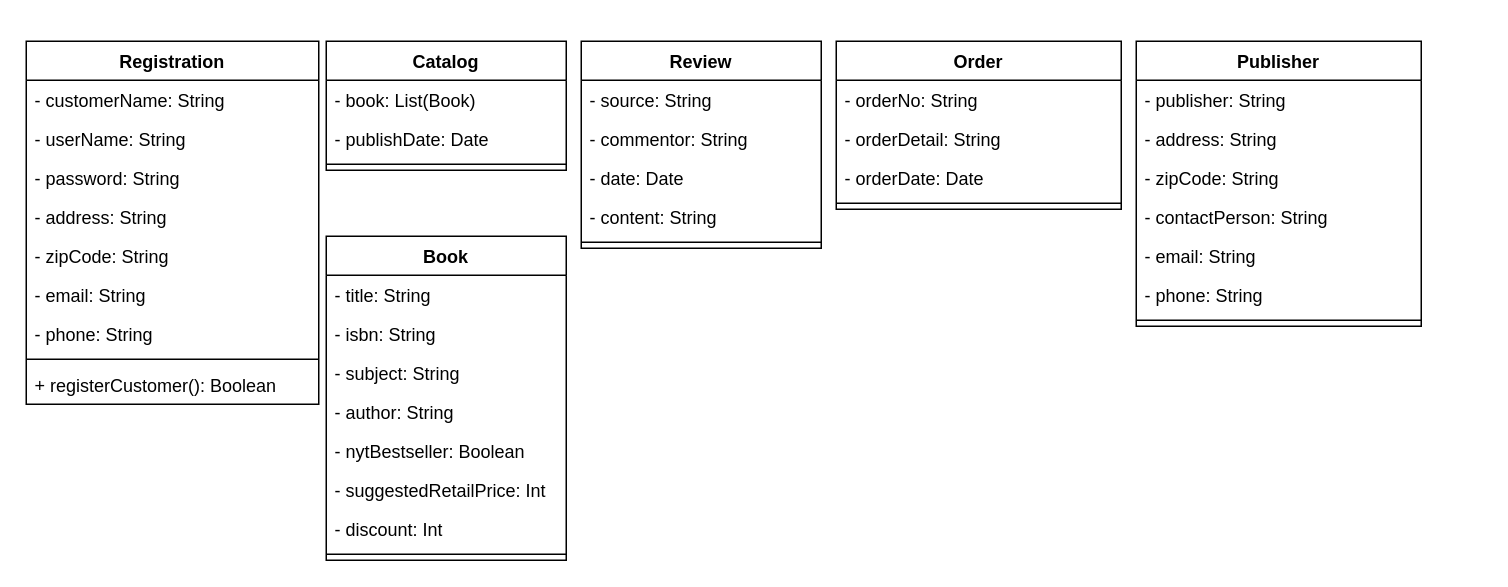
The draw.io diagram Project_Class.drawio in LarryChenCode/IS7020_diagrams, before the edit. Source tidied: cells renumbered, new cells numbered last; positions are measured from the earlier drawing's top-left corner, leaving out a move shared by most shapes. Both pictures are drawn from the tidied source at 150%, with x=0, y=0 at pixel (26, 40).
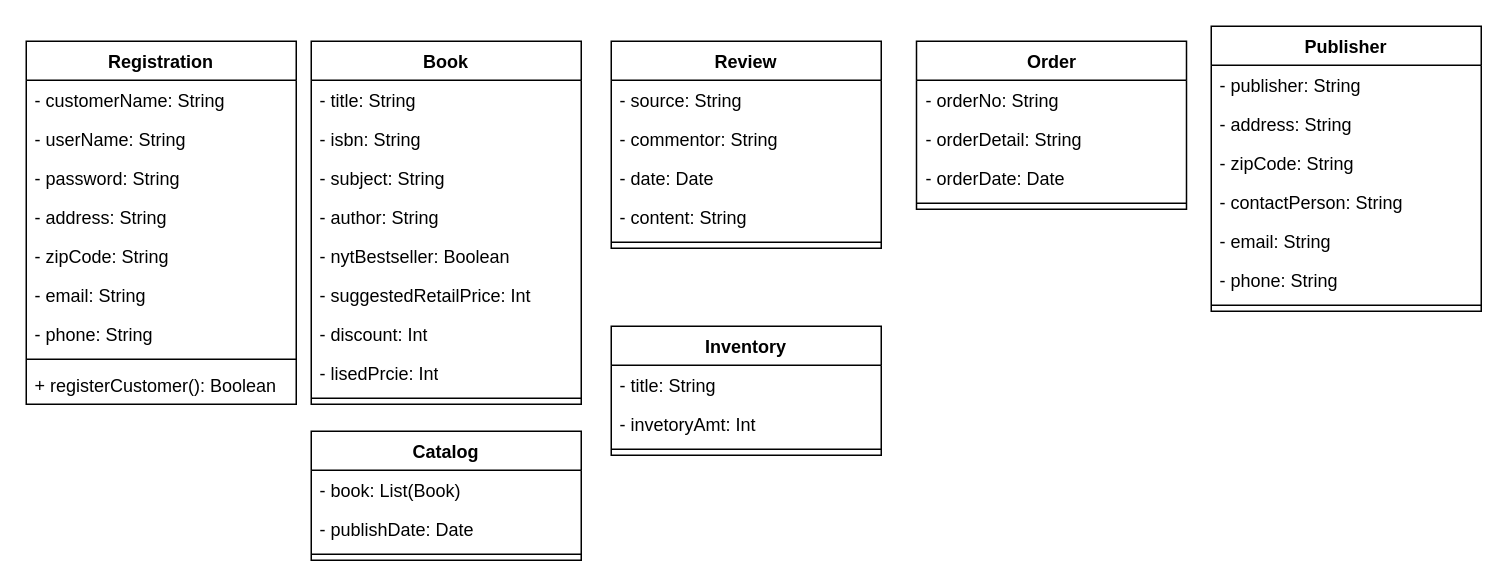
After the change.

The edit, as a diff of the source:
```diff
@@
     <mxCell id="2" value="Book" style="swimlane;fontStyle=1;align=center;verticalAlign=top;horizontal=1;startSize=26;whiteSpace=wrap;html=1;" parent="1" vertex="1">
-      <mxGeometry x="200" y="130" width="160" height="216" as="geometry" />
+      <mxGeometry x="190" width="180" height="242" as="geometry" />
     </mxCell>
     <mxCell id="3" value="- title: String" style="text;strokeColor=none;fillColor=none;align=left;verticalAlign=top;spacingLeft=4;spacingRight=4;overflow=hidden;whiteSpace=wrap;html=1;" parent="2" vertex="1">
-      <mxGeometry y="26" width="160" height="26" as="geometry" />
+      <mxGeometry y="26" width="180" height="26" as="geometry" />
     </mxCell>
     <mxCell id="4" value="- isbn: String" style="text;strokeColor=none;fillColor=none;align=left;verticalAlign=top;spacingLeft=4;spacingRight=4;overflow=hidden;whiteSpace=wrap;html=1;" parent="2" vertex="1">
-      <mxGeometry y="52" width="160" height="26" as="geometry" />
+      <mxGeometry y="52" width="180" height="26" as="geometry" />
     </mxCell>
     <mxCell id="5" value="- subject: String" style="text;strokeColor=none;fillColor=none;align=left;verticalAlign=top;spacingLeft=4;spacingRight=4;overflow=hidden;whiteSpace=wrap;html=1;" parent="2" vertex="1">
-      <mxGeometry y="78" width="160" height="26" as="geometry" />
+      <mxGeometry y="78" width="180" height="26" as="geometry" />
     </mxCell>
     <mxCell id="6" value="- author: String" style="text;strokeColor=none;fillColor=none;align=left;verticalAlign=top;spacingLeft=4;spacingRight=4;overflow=hidden;whiteSpace=wrap;html=1;" parent="2" vertex="1">
-      <mxGeometry y="104" width="160" height="26" as="geometry" />
+      <mxGeometry y="104" width="180" height="26" as="geometry" />
     </mxCell>
     <mxCell id="7" value="- nytBestseller: Boolean" style="text;strokeColor=none;fillColor=none;align=left;verticalAlign=top;spacingLeft=4;spacingRight=4;overflow=hidden;whiteSpace=wrap;html=1;" parent="2" vertex="1">
-      <mxGeometry y="130" width="160" height="26" as="geometry" />
+      <mxGeometry y="130" width="180" height="26" as="geometry" />
     </mxCell>
     <mxCell id="8" value="- suggestedRetailPrice: Int" style="text;strokeColor=none;fillColor=none;align=left;verticalAlign=top;spacingLeft=4;spacingRight=4;overflow=hidden;whiteSpace=wrap;html=1;" parent="2" vertex="1">
-      <mxGeometry y="156" width="160" height="26" as="geometry" />
+      <mxGeometry y="156" width="180" height="26" as="geometry" />
     </mxCell>
     <mxCell id="9" value="- discount: Int" style="text;strokeColor=none;fillColor=none;align=left;verticalAlign=top;spacingLeft=4;spacingRight=4;overflow=hidden;whiteSpace=wrap;html=1;" parent="2" vertex="1">
-      <mxGeometry y="182" width="160" height="26" as="geometry" />
+      <mxGeometry y="182" width="180" height="26" as="geometry" />
     </mxCell>
+    <mxCell id="44" value="- lisedPrcie: Int" style="text;strokeColor=none;fillColor=none;align=left;verticalAlign=top;spacingLeft=4;spacingRight=4;overflow=hidden;whiteSpace=wrap;html=1;" parent="2" vertex="1">
+      <mxGeometry y="208" width="180" height="26" as="geometry" />
+    </mxCell>
     <mxCell id="10" style="line;strokeWidth=1;fillColor=none;align=left;verticalAlign=middle;spacingTop=-1;spacingLeft=3;spacingRight=3;labelPosition=right;strokeColor=inherit;" parent="2" vertex="1">
-      <mxGeometry y="208" width="160" height="8" as="geometry" />
+      <mxGeometry y="234" width="180" height="8" as="geometry" />
     </mxCell>
     <mxCell id="11" value="Registration" style="swimlane;fontStyle=1;align=center;verticalAlign=top;horizontal=1;startSize=26;whiteSpace=wrap;html=1;" parent="1" vertex="1">
-      <mxGeometry width="195" height="242" as="geometry" />
+      <mxGeometry width="180" height="242" as="geometry" />
     </mxCell>
     <mxCell id="12" value="- customerName: String" style="text;strokeColor=none;fillColor=none;align=left;verticalAlign=top;spacingLeft=4;spacingRight=4;overflow=hidden;whiteSpace=wrap;html=1;" parent="11" vertex="1">
-      <mxGeometry y="26" width="195" height="26" as="geometry" />
+      <mxGeometry y="26" width="180" height="26" as="geometry" />
     </mxCell>
     <mxCell id="13" value="- userName: String" style="text;strokeColor=none;fillColor=none;align=left;verticalAlign=top;spacingLeft=4;spacingRight=4;overflow=hidden;whiteSpace=wrap;html=1;" parent="11" vertex="1">
-      <mxGeometry y="52" width="195" height="26" as="geometry" />
+      <mxGeometry y="52" width="180" height="26" as="geometry" />
     </mxCell>
     <mxCell id="14" value="- password: String" style="text;strokeColor=none;fillColor=none;align=left;verticalAlign=top;spacingLeft=4;spacingRight=4;overflow=hidden;whiteSpace=wrap;html=1;" parent="11" vertex="1">
-      <mxGeometry y="78" width="195" height="26" as="geometry" />
+      <mxGeometry y="78" width="180" height="26" as="geometry" />
     </mxCell>
     <mxCell id="15" value="- address: String" style="text;strokeColor=none;fillColor=none;align=left;verticalAlign=top;spacingLeft=4;spacingRight=4;overflow=hidden;whiteSpace=wrap;html=1;" parent="11" vertex="1">
-      <mxGeometry y="104" width="195" height="26" as="geometry" />
+      <mxGeometry y="104" width="180" height="26" as="geometry" />
     </mxCell>
     <mxCell id="16" value="- zipCode: String" style="text;strokeColor=none;fillColor=none;align=left;verticalAlign=top;spacingLeft=4;spacingRight=4;overflow=hidden;whiteSpace=wrap;html=1;" parent="11" vertex="1">
-      <mxGeometry y="130" width="195" height="26" as="geometry" />
+      <mxGeometry y="130" width="180" height="26" as="geometry" />
     </mxCell>
     <mxCell id="17" value="- email: String" style="text;strokeColor=none;fillColor=none;align=left;verticalAlign=top;spacingLeft=4;spacingRight=4;overflow=hidden;whiteSpace=wrap;html=1;" parent="11" vertex="1">
-      <mxGeometry y="156" width="195" height="26" as="geometry" />
+      <mxGeometry y="156" width="180" height="26" as="geometry" />
     </mxCell>
     <mxCell id="18" value="- phone: String" style="text;strokeColor=none;fillColor=none;align=left;verticalAlign=top;spacingLeft=4;spacingRight=4;overflow=hidden;whiteSpace=wrap;html=1;" parent="11" vertex="1">
-      <mxGeometry y="182" width="195" height="26" as="geometry" />
+      <mxGeometry y="182" width="180" height="26" as="geometry" />
     </mxCell>
     <mxCell id="19" style="line;strokeWidth=1;fillColor=none;align=left;verticalAlign=middle;spacingTop=-1;spacingLeft=3;spacingRight=3;labelPosition=right;strokeColor=inherit;" parent="11" vertex="1">
-      <mxGeometry y="208" width="195" height="8" as="geometry" />
+      <mxGeometry y="208" width="180" height="8" as="geometry" />
     </mxCell>
     <mxCell id="20" value="+ registerCustomer(): Boolean" style="text;strokeColor=none;fillColor=none;align=left;verticalAlign=top;spacingLeft=4;spacingRight=4;overflow=hidden;whiteSpace=wrap;html=1;" parent="11" vertex="1">
-      <mxGeometry y="216" width="195" height="26" as="geometry" />
+      <mxGeometry y="216" width="180" height="26" as="geometry" />
     </mxCell>
     <mxCell id="21" value="Order" style="swimlane;fontStyle=1;align=center;verticalAlign=top;horizontal=1;startSize=26;whiteSpace=wrap;html=1;" parent="1" vertex="1">
-      <mxGeometry x="540" width="190" height="112" as="geometry" />
+      <mxGeometry x="593.5" width="180" height="112" as="geometry" />
     </mxCell>
     <mxCell id="22" value="- orderNo: String" style="text;strokeColor=none;fillColor=none;align=left;verticalAlign=top;spacingLeft=4;spacingRight=4;overflow=hidden;whiteSpace=wrap;html=1;" parent="21" vertex="1">
-      <mxGeometry y="26" width="190" height="26" as="geometry" />
+      <mxGeometry y="26" width="180" height="26" as="geometry" />
     </mxCell>
     <mxCell id="23" value="- orderDetail: String" style="text;strokeColor=none;fillColor=none;align=left;verticalAlign=top;spacingLeft=4;spacingRight=4;overflow=hidden;whiteSpace=wrap;html=1;" parent="21" vertex="1">
-      <mxGeometry y="52" width="190" height="26" as="geometry" />
+      <mxGeometry y="52" width="180" height="26" as="geometry" />
     </mxCell>
     <mxCell id="24" value="- orderDate: Date" style="text;strokeColor=none;fillColor=none;align=left;verticalAlign=top;spacingLeft=4;spacingRight=4;overflow=hidden;whiteSpace=wrap;html=1;" parent="21" vertex="1">
-      <mxGeometry y="78" width="190" height="26" as="geometry" />
+      <mxGeometry y="78" width="180" height="26" as="geometry" />
     </mxCell>
     <mxCell id="25" style="line;strokeWidth=1;fillColor=none;align=left;verticalAlign=middle;spacingTop=-1;spacingLeft=3;spacingRight=3;labelPosition=right;strokeColor=inherit;" parent="21" vertex="1">
-      <mxGeometry y="104" width="190" height="8" as="geometry" />
+      <mxGeometry y="104" width="180" height="8" as="geometry" />
     </mxCell>
     <mxCell id="26" value="Review" style="swimlane;fontStyle=1;align=center;verticalAlign=top;horizontal=1;startSize=26;whiteSpace=wrap;html=1;" parent="1" vertex="1">
-      <mxGeometry x="370" width="160" height="138" as="geometry" />
+      <mxGeometry x="390" width="180" height="138" as="geometry" />
     </mxCell>
     <mxCell id="27" value="- source: String" style="text;strokeColor=none;fillColor=none;align=left;verticalAlign=top;spacingLeft=4;spacingRight=4;overflow=hidden;whiteSpace=wrap;html=1;" parent="26" vertex="1">
-      <mxGeometry y="26" width="160" height="26" as="geometry" />
+      <mxGeometry y="26" width="180" height="26" as="geometry" />
     </mxCell>
     <mxCell id="28" value="- commentor: String" style="text;strokeColor=none;fillColor=none;align=left;verticalAlign=top;spacingLeft=4;spacingRight=4;overflow=hidden;whiteSpace=wrap;html=1;" parent="26" vertex="1">
-      <mxGeometry y="52" width="160" height="26" as="geometry" />
+      <mxGeometry y="52" width="180" height="26" as="geometry" />
     </mxCell>
     <mxCell id="29" value="- date: Date" style="text;strokeColor=none;fillColor=none;align=left;verticalAlign=top;spacingLeft=4;spacingRight=4;overflow=hidden;whiteSpace=wrap;html=1;" parent="26" vertex="1">
-      <mxGeometry y="78" width="160" height="26" as="geometry" />
+      <mxGeometry y="78" width="180" height="26" as="geometry" />
     </mxCell>
     <mxCell id="30" value="- content: String" style="text;strokeColor=none;fillColor=none;align=left;verticalAlign=top;spacingLeft=4;spacingRight=4;overflow=hidden;whiteSpace=wrap;html=1;" parent="26" vertex="1">
-      <mxGeometry y="104" width="160" height="26" as="geometry" />
+      <mxGeometry y="104" width="180" height="26" as="geometry" />
     </mxCell>
     <mxCell id="31" style="line;strokeWidth=1;fillColor=none;align=left;verticalAlign=middle;spacingTop=-1;spacingLeft=3;spacingRight=3;labelPosition=right;strokeColor=inherit;" parent="26" vertex="1">
-      <mxGeometry y="130" width="160" height="8" as="geometry" />
+      <mxGeometry y="130" width="180" height="8" as="geometry" />
     </mxCell>
     <mxCell id="32" value="Publisher" style="swimlane;fontStyle=1;align=center;verticalAlign=top;horizontal=1;startSize=26;whiteSpace=wrap;html=1;" parent="1" vertex="1">
-      <mxGeometry x="740" width="190" height="190" as="geometry" />
+      <mxGeometry x="790" y="-10" width="180" height="190" as="geometry" />
     </mxCell>
     <mxCell id="33" value="- publisher: String" style="text;strokeColor=none;fillColor=none;align=left;verticalAlign=top;spacingLeft=4;spacingRight=4;overflow=hidden;whiteSpace=wrap;html=1;" parent="32" vertex="1">
-      <mxGeometry y="26" width="190" height="26" as="geometry" />
+      <mxGeometry y="26" width="180" height="26" as="geometry" />
     </mxCell>
     <mxCell id="34" value="- address: String" style="text;strokeColor=none;fillColor=none;align=left;verticalAlign=top;spacingLeft=4;spacingRight=4;overflow=hidden;whiteSpace=wrap;html=1;" parent="32" vertex="1">
-      <mxGeometry y="52" width="190" height="26" as="geometry" />
+      <mxGeometry y="52" width="180" height="26" as="geometry" />
     </mxCell>
     <mxCell id="35" value="- zipCode: String" style="text;strokeColor=none;fillColor=none;align=left;verticalAlign=top;spacingLeft=4;spacingRight=4;overflow=hidden;whiteSpace=wrap;html=1;" parent="32" vertex="1">
-      <mxGeometry y="78" width="190" height="26" as="geometry" />
+      <mxGeometry y="78" width="180" height="26" as="geometry" />
     </mxCell>
     <mxCell id="36" value="- contactPerson: String" style="text;strokeColor=none;fillColor=none;align=left;verticalAlign=top;spacingLeft=4;spacingRight=4;overflow=hidden;whiteSpace=wrap;html=1;" parent="32" vertex="1">
-      <mxGeometry y="104" width="190" height="26" as="geometry" />
+      <mxGeometry y="104" width="180" height="26" as="geometry" />
     </mxCell>
     <mxCell id="37" value="- email: String" style="text;strokeColor=none;fillColor=none;align=left;verticalAlign=top;spacingLeft=4;spacingRight=4;overflow=hidden;whiteSpace=wrap;html=1;" parent="32" vertex="1">
-      <mxGeometry y="130" width="190" height="26" as="geometry" />
+      <mxGeometry y="130" width="180" height="26" as="geometry" />
     </mxCell>
     <mxCell id="38" value="- phone: String" style="text;strokeColor=none;fillColor=none;align=left;verticalAlign=top;spacingLeft=4;spacingRight=4;overflow=hidden;whiteSpace=wrap;html=1;" parent="32" vertex="1">
-      <mxGeometry y="156" width="190" height="26" as="geometry" />
+      <mxGeometry y="156" width="180" height="26" as="geometry" />
     </mxCell>
     <mxCell id="39" style="line;strokeWidth=1;fillColor=none;align=left;verticalAlign=middle;spacingTop=-1;spacingLeft=3;spacingRight=3;labelPosition=right;strokeColor=inherit;" parent="32" vertex="1">
-      <mxGeometry y="182" width="190" height="8" as="geometry" />
+      <mxGeometry y="182" width="180" height="8" as="geometry" />
     </mxCell>
     <mxCell id="40" value="Catalog" style="swimlane;fontStyle=1;align=center;verticalAlign=top;horizontal=1;startSize=26;whiteSpace=wrap;html=1;" parent="1" vertex="1">
-      <mxGeometry x="200" width="160" height="86" as="geometry" />
+      <mxGeometry x="190" y="260" width="180" height="86" as="geometry" />
     </mxCell>
     <mxCell id="41" value="- book: List(Book)" style="text;strokeColor=none;fillColor=none;align=left;verticalAlign=top;spacingLeft=4;spacingRight=4;overflow=hidden;whiteSpace=wrap;html=1;" parent="40" vertex="1">
-      <mxGeometry y="26" width="160" height="26" as="geometry" />
+      <mxGeometry y="26" width="180" height="26" as="geometry" />
     </mxCell>
     <mxCell id="42" value="- publishDate: Date" style="text;strokeColor=none;fillColor=none;align=left;verticalAlign=top;spacingLeft=4;spacingRight=4;overflow=hidden;whiteSpace=wrap;html=1;" parent="40" vertex="1">
-      <mxGeometry y="52" width="160" height="26" as="geometry" />
+      <mxGeometry y="52" width="180" height="26" as="geometry" />
     </mxCell>
     <mxCell id="43" style="line;strokeWidth=1;fillColor=none;align=left;verticalAlign=middle;spacingTop=-1;spacingLeft=3;spacingRight=3;labelPosition=right;strokeColor=inherit;" parent="40" vertex="1">
-      <mxGeometry y="78" width="160" height="8" as="geometry" />
+      <mxGeometry y="78" width="180" height="8" as="geometry" />
     </mxCell>
+    <mxCell id="45" value="Inventory" style="swimlane;fontStyle=1;align=center;verticalAlign=top;horizontal=1;startSize=26;whiteSpace=wrap;html=1;" parent="1" vertex="1">
+      <mxGeometry x="390" y="190" width="180" height="86" as="geometry" />
+    </mxCell>
+    <mxCell id="46" value="- title: String" style="text;strokeColor=none;fillColor=none;align=left;verticalAlign=top;spacingLeft=4;spacingRight=4;overflow=hidden;whiteSpace=wrap;html=1;" parent="45" vertex="1">
+      <mxGeometry y="26" width="180" height="26" as="geometry" />
+    </mxCell>
+    <mxCell id="47" value="- invetoryAmt: Int" style="text;strokeColor=none;fillColor=none;align=left;verticalAlign=top;spacingLeft=4;spacingRight=4;overflow=hidden;whiteSpace=wrap;html=1;" parent="45" vertex="1">
+      <mxGeometry y="52" width="180" height="26" as="geometry" />
+    </mxCell>
+    <mxCell id="48" style="line;strokeWidth=1;fillColor=none;align=left;verticalAlign=middle;spacingTop=-1;spacingLeft=3;spacingRight=3;labelPosition=right;strokeColor=inherit;" parent="45" vertex="1">
+      <mxGeometry y="78" width="180" height="8" as="geometry" />
+    </mxCell>
```
